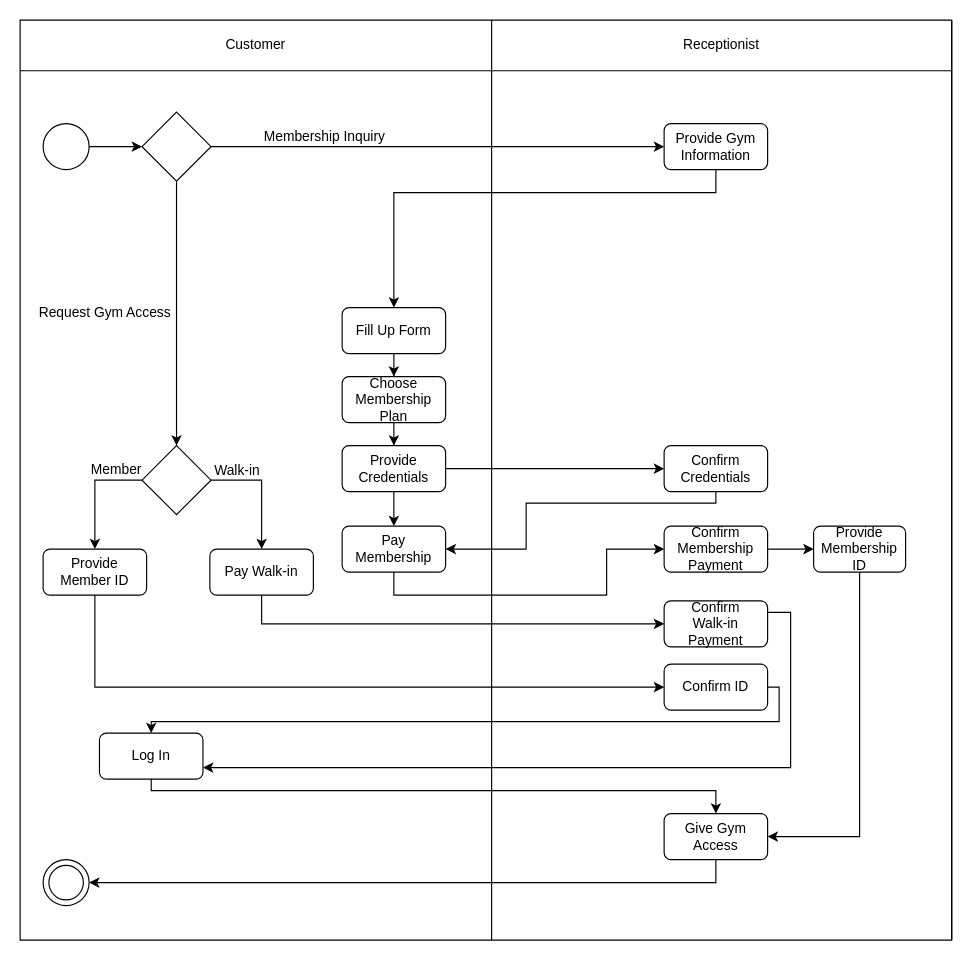
This is Untitled Diagram.drawio from NanaShakeCoder/RAM-Project, a draw.io file, before an edit. Source tidied: cells renumbered, new cells numbered last; positions are measured from the earlier drawing's top-left corner, leaving out a move shared by most shapes. Both pictures are drawn from the tidied source at 115%, with x=0, y=0 at pixel (20, 20).
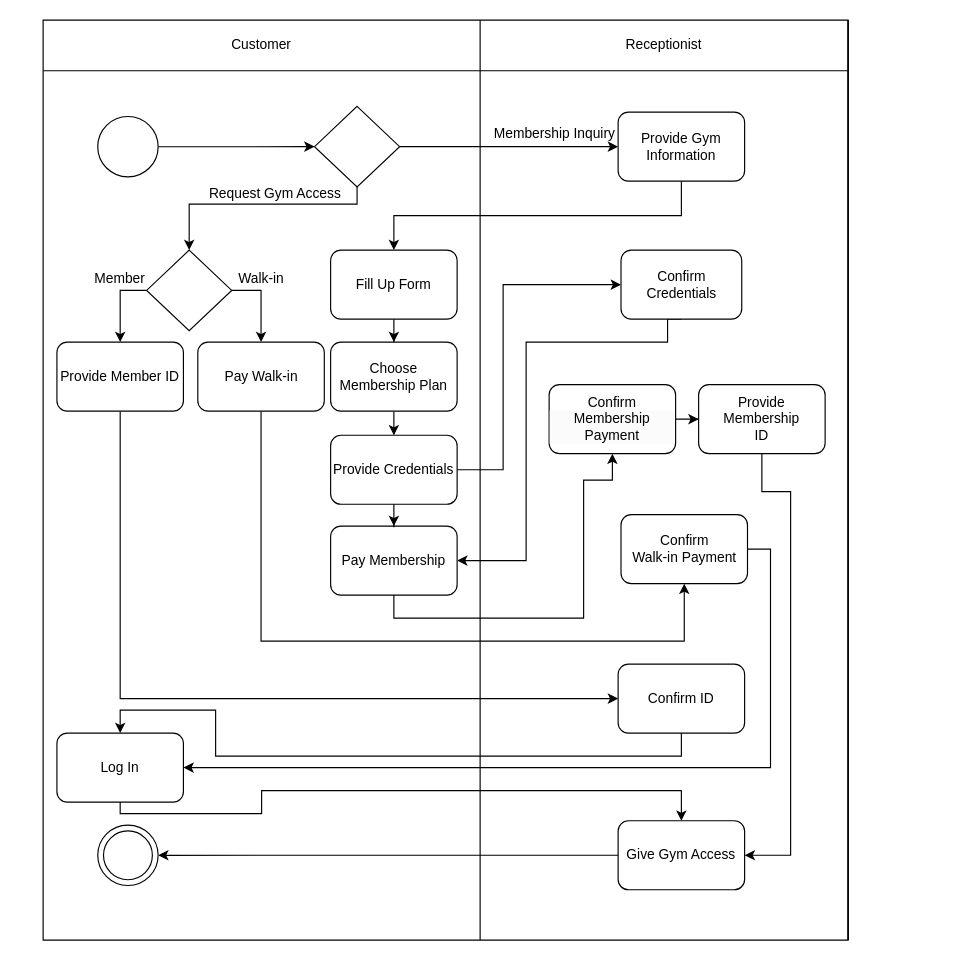
Above is the later version.

The edit, as a diff of the source:
```diff
@@
     <mxCell id="2" style="shape=table;startSize=0;childLayout=tableLayout;" parent="1" vertex="1">
-      <mxGeometry width="810" height="800" as="geometry" />
+      <mxGeometry x="20" width="700" height="800" as="geometry" />
     </mxCell>
     <mxCell id="3" style="shape=tableRow;horizontal=0;startSize=0;swimlaneHead=0;swimlaneBody=0;strokeColor=inherit;top=0;left=0;bottom=0;right=0;fillColor=none;" parent="2" vertex="1">
-      <mxGeometry width="810" height="44" as="geometry" />
+      <mxGeometry width="700" height="44" as="geometry" />
     </mxCell>
     <mxCell id="4" value="Customer" style="shape=partialRectangle;html=1;whiteSpace=wrap;strokeColor=inherit;overflow=hidden;fillColor=none;top=0;left=0;bottom=0;right=0;" parent="3" vertex="1">
-      <mxGeometry width="410" height="44" as="geometry" />
+      <mxGeometry width="380" height="44" as="geometry" />
     </mxCell>
     <mxCell id="5" value="Receptionist" style="shape=partialRectangle;html=1;whiteSpace=wrap;strokeColor=inherit;overflow=hidden;fillColor=none;top=0;left=0;bottom=0;right=0;" parent="3" vertex="1">
-      <mxGeometry x="410" width="400" height="44" as="geometry" />
+      <mxGeometry x="380" width="320" height="44" as="geometry" />
     </mxCell>
     <mxCell id="6" style="shape=tableRow;horizontal=0;startSize=0;swimlaneHead=0;swimlaneBody=0;strokeColor=inherit;top=0;left=0;bottom=0;right=0;fillColor=none;" parent="2" vertex="1">
-      <mxGeometry y="44" width="810" height="756" as="geometry" />
+      <mxGeometry y="44" width="700" height="756" as="geometry" />
     </mxCell>
     <mxCell id="7" style="shape=partialRectangle;html=1;whiteSpace=wrap;strokeColor=inherit;overflow=hidden;fillColor=none;top=0;left=0;bottom=0;right=0;" parent="6" vertex="1">
-      <mxGeometry width="410" height="756" as="geometry" />
+      <mxGeometry width="380" height="756" as="geometry" />
     </mxCell>
     <mxCell id="8" style="shape=partialRectangle;html=1;whiteSpace=wrap;strokeColor=inherit;overflow=hidden;fillColor=none;top=0;left=0;bottom=0;right=0;" parent="6" vertex="1">
-      <mxGeometry x="410" width="400" height="756" as="geometry" />
+      <mxGeometry x="380" width="320" height="756" as="geometry" />
     </mxCell>
     <mxCell id="9" style="whiteSpace=wrap;html=1;" parent="6" vertex="1">
-      <mxGeometry x="810" height="756" as="geometry" />
+      <mxGeometry x="700" height="756" as="geometry" />
     </mxCell>
@@
     <mxCell id="12" style="ellipse;whiteSpace=wrap;html=1;" parent="1" vertex="1">
-      <mxGeometry x="20" y="90" width="40" height="40" as="geometry" />
+      <mxGeometry x="67.5" y="83.8" width="52.5" height="52.5" as="geometry" />
     </mxCell>
-    <mxCell id="13" style="edgeStyle=orthogonalEdgeStyle;rounded=0;jettySize=auto;html=1;" parent="1" edge="1" source="15" target="33">
-      <mxGeometry relative="1" as="geometry">
-        <Array as="points">
-          <mxPoint x="65" y="400" />
-        </Array>
-      </mxGeometry>
-    </mxCell>
-    <mxCell id="14" style="edgeStyle=orthogonalEdgeStyle;rounded=0;jettySize=auto;html=1;exitX=1;exitY=0.5;exitDx=0;exitDy=0;" parent="1" edge="1" source="15" target="46">
-      <mxGeometry relative="1" as="geometry" />
-    </mxCell>
-    <mxCell id="15" style="rhombus;whiteSpace=wrap;html=1;" parent="1" vertex="1">
-      <mxGeometry x="106" y="370" width="60" height="60" as="geometry" />
-    </mxCell>
-    <mxCell id="16" style="edgeStyle=orthogonalEdgeStyle;rounded=0;jettySize=auto;html=1;exitX=0.5;exitY=1;exitDx=0;exitDy=0;entryX=1;entryY=0.5;entryDx=0;entryDy=0;" parent="1" edge="1" source="17" target="21">
-      <mxGeometry relative="1" as="geometry" />
-    </mxCell>
-    <mxCell id="17" value="Provide Membership&lt;div&gt;ID&lt;/div&gt;" style="rounded=1;whiteSpace=wrap;html=1;" parent="1" vertex="1">
-      <mxGeometry x="690" y="440" width="80" height="40" as="geometry" />
-    </mxCell>
-    <mxCell id="18" style="edgeStyle=orthogonalEdgeStyle;rounded=0;jettySize=auto;html=1;" parent="1" edge="1" source="19" target="17">
-      <mxGeometry relative="1" as="geometry" />
-    </mxCell>
-    <mxCell id="19" value="Confirm&lt;div&gt;Membership Payment&lt;/div&gt;" style="rounded=1;whiteSpace=wrap;html=1;" parent="1" vertex="1">
-      <mxGeometry x="560" y="440" width="90" height="40" as="geometry" />
-    </mxCell>
-    <mxCell id="20" style="edgeStyle=orthogonalEdgeStyle;rounded=0;jettySize=auto;html=1;exitX=0.5;exitY=1;exitDx=0;exitDy=0;" parent="1" edge="1" source="21">
-      <mxGeometry relative="1" as="geometry">
-        <mxPoint x="60" y="750" as="targetPoint" />
-        <Array as="points">
-          <mxPoint x="605" y="750" />
-        </Array>
-      </mxGeometry>
-    </mxCell>
-    <mxCell id="21" value="Give Gym Access" style="rounded=1;whiteSpace=wrap;html=1;" parent="1" vertex="1">
-      <mxGeometry x="560" y="690" width="90" height="40" as="geometry" />
-    </mxCell>
-    <mxCell id="22" style="group;" parent="1" vertex="1">
-      <mxGeometry x="20" y="730" width="40" height="40" as="geometry" />
-    </mxCell>
-    <mxCell id="23" style="ellipse;whiteSpace=wrap;html=1;" parent="22" vertex="1">
-      <mxGeometry width="40" height="40" as="geometry" />
-    </mxCell>
-    <mxCell id="24" style="ellipse;whiteSpace=wrap;html=1;" parent="22" vertex="1">
-      <mxGeometry x="5" y="5" width="30" height="30" as="geometry" />
-    </mxCell>
     <mxCell id="25" style="edgeStyle=orthogonalEdgeStyle;rounded=0;jettySize=auto;html=1;exitX=0.5;exitY=1;exitDx=0;exitDy=0;entryX=0.5;entryY=0;entryDx=0;entryDy=0;" parent="1" edge="1" source="26" target="35">
-      <mxGeometry relative="1" as="geometry">
-        <Array as="points">
-          <mxPoint x="605" y="150" />
-          <mxPoint x="325" y="150" />
-        </Array>
-      </mxGeometry>
+      <mxGeometry relative="1" as="geometry" />
     </mxCell>
     <mxCell id="26" value="Provide Gym Information" style="rounded=1;whiteSpace=wrap;html=1;" parent="1" vertex="1">
-      <mxGeometry x="560" y="90" width="90" height="40" as="geometry" />
+      <mxGeometry x="520" y="80" width="110" height="60" as="geometry" />
     </mxCell>
     <mxCell id="27" value="Walk-in" style="text;strokeColor=none;align=center;fillColor=none;html=1;verticalAlign=middle;whiteSpace=wrap;rounded=0;" parent="1" vertex="1">
-      <mxGeometry x="159" y="377" width="60" height="30" as="geometry" />
+      <mxGeometry x="179.5" y="210" width="60" height="30" as="geometry" />
     </mxCell>
     <mxCell id="28" value="Member" style="text;strokeColor=none;align=center;fillColor=none;html=1;verticalAlign=middle;whiteSpace=wrap;rounded=0;" parent="1" vertex="1">
-      <mxGeometry x="54" y="376" width="60" height="30" as="geometry" />
+      <mxGeometry x="57" y="210" width="60" height="30" as="geometry" />
     </mxCell>
@@
-    <mxCell id="30" style="edgeStyle=orthogonalEdgeStyle;rounded=0;jettySize=auto;html=1;" parent="1" edge="1" source="31" target="15">
-      <mxGeometry relative="1" as="geometry" />
-    </mxCell>
+    <mxCell id="56" style="edgeStyle=orthogonalEdgeStyle;rounded=0;jettySize=auto;html=1;exitX=0.5;exitY=1;exitDx=0;exitDy=0;entryX=0.5;entryY=0;entryDx=0;entryDy=0;" parent="1" edge="1" source="31" target="59">
+      <mxGeometry relative="1" as="geometry">
+        <Array as="points">
+          <mxPoint x="293" y="160" />
+          <mxPoint x="147" y="160" />
+        </Array>
+      </mxGeometry>
+    </mxCell>
     <mxCell id="31" style="rhombus;whiteSpace=wrap;html=1;" parent="1" vertex="1">
-      <mxGeometry x="106" y="80" width="60" height="60" as="geometry" />
+      <mxGeometry x="256" y="75" width="74" height="70" as="geometry" />
     </mxCell>
-    <mxCell id="32" style="edgeStyle=orthogonalEdgeStyle;rounded=0;jettySize=auto;html=1;exitX=0.5;exitY=1;exitDx=0;exitDy=0;entryX=0;entryY=0.5;entryDx=0;entryDy=0;" parent="1" edge="1" source="33" target="37">
-      <mxGeometry relative="1" as="geometry" />
-    </mxCell>
-    <mxCell id="33" value="Provide Member ID" style="rounded=1;whiteSpace=wrap;html=1;" parent="1" vertex="1">
-      <mxGeometry x="20" y="460" width="90" height="40" as="geometry" />
-    </mxCell>
+    <mxCell id="40" value="Request Gym Access" style="text;strokeColor=none;align=center;fillColor=none;html=1;verticalAlign=middle;whiteSpace=wrap;rounded=0;" parent="1" vertex="1">
+      <mxGeometry x="156.5" y="136.2" width="130" height="30" as="geometry" />
+    </mxCell>
+    <mxCell id="47" style="edgeStyle=orthogonalEdgeStyle;rounded=0;jettySize=auto;html=1;exitX=0.5;exitY=1;exitDx=0;exitDy=0;entryX=1;entryY=0.5;entryDx=0;entryDy=0;" parent="1" edge="1" source="48" target="42">
+      <mxGeometry relative="1" as="geometry">
+        <Array as="points">
+          <mxPoint x="563" y="260" />
+          <mxPoint x="563" y="280" />
+          <mxPoint x="440" y="280" />
+          <mxPoint x="440" y="470" />
+        </Array>
+      </mxGeometry>
+    </mxCell>
+    <mxCell id="48" value="Confirm Credentials" style="rounded=1;whiteSpace=wrap;html=1;" parent="1" vertex="1">
+      <mxGeometry x="522.5" y="200" width="105" height="60" as="geometry" />
+    </mxCell>
+    <mxCell id="52" value="Membership Inquiry" style="text;strokeColor=none;align=center;fillColor=none;html=1;verticalAlign=middle;whiteSpace=wrap;rounded=0;" parent="1" vertex="1">
+      <mxGeometry x="400" y="83.8" width="130" height="30" as="geometry" />
+    </mxCell>
+    <mxCell id="55" style="edgeStyle=orthogonalEdgeStyle;rounded=0;orthogonalLoop=1;jettySize=auto;html=1;exitX=0.5;exitY=1;exitDx=0;exitDy=0;" parent="1" edge="1">
+      <mxGeometry relative="1" as="geometry">
+        <mxPoint x="605" y="480" as="sourcePoint" />
+        <mxPoint x="605" y="480" as="targetPoint" />
+      </mxGeometry>
+    </mxCell>
@@
     <mxCell id="35" value="Fill Up Form" style="rounded=1;whiteSpace=wrap;html=1;" parent="1" vertex="1">
-      <mxGeometry x="280" y="250" width="90" height="40" as="geometry" />
+      <mxGeometry x="270" y="200" width="110" height="60" as="geometry" />
     </mxCell>
-    <mxCell id="36" style="edgeStyle=orthogonalEdgeStyle;rounded=0;jettySize=auto;html=1;exitX=1;exitY=0.5;exitDx=0;exitDy=0;entryX=0.5;entryY=0;entryDx=0;entryDy=0;" parent="1" edge="1" source="37" target="39">
-      <mxGeometry relative="1" as="geometry">
-        <Array as="points">
-          <mxPoint x="660" y="580" />
-          <mxPoint x="660" y="610" />
-          <mxPoint x="114" y="610" />
-        </Array>
-      </mxGeometry>
-    </mxCell>
-    <mxCell id="37" value="Confirm ID" style="rounded=1;whiteSpace=wrap;html=1;" parent="1" vertex="1">
-      <mxGeometry x="560" y="560" width="90" height="40" as="geometry" />
-    </mxCell>
-    <mxCell id="38" style="edgeStyle=orthogonalEdgeStyle;rounded=0;jettySize=auto;html=1;exitX=0.5;exitY=1;exitDx=0;exitDy=0;entryX=0.5;entryY=0;entryDx=0;entryDy=0;" parent="1" edge="1" source="39" target="21">
-      <mxGeometry relative="1" as="geometry">
-        <Array as="points">
-          <mxPoint x="114" y="670" />
-          <mxPoint x="605" y="670" />
-        </Array>
-      </mxGeometry>
-    </mxCell>
-    <mxCell id="39" value="Log In" style="rounded=1;whiteSpace=wrap;html=1;" parent="1" vertex="1">
-      <mxGeometry x="69" y="620" width="90" height="40" as="geometry" />
-    </mxCell>
-    <mxCell id="40" value="Request Gym Access" style="text;strokeColor=none;align=center;fillColor=none;html=1;verticalAlign=middle;whiteSpace=wrap;rounded=0;" parent="1" vertex="1">
-      <mxGeometry x="9" y="240" width="130" height="30" as="geometry" />
-    </mxCell>
+    <mxCell id="43" style="edgeStyle=orthogonalEdgeStyle;rounded=0;jettySize=auto;html=1;" parent="1" edge="1" source="44" target="51">
+      <mxGeometry relative="1" as="geometry" />
+    </mxCell>
+    <mxCell id="44" value="Choose Membership Plan" style="rounded=1;whiteSpace=wrap;html=1;" parent="1" vertex="1">
+      <mxGeometry x="270" y="280" width="110" height="60" as="geometry" />
+    </mxCell>
-    <mxCell id="41" style="edgeStyle=orthogonalEdgeStyle;rounded=0;jettySize=auto;html=1;exitX=0.5;exitY=1;exitDx=0;exitDy=0;" parent="1" edge="1" source="42" target="19">
+    <mxCell id="41" style="edgeStyle=orthogonalEdgeStyle;rounded=0;jettySize=auto;html=1;exitX=0.5;exitY=1;exitDx=0;exitDy=0;entryX=0.5;entryY=1;entryDx=0;entryDy=0;" parent="1" edge="1" source="42" target="19">
       <mxGeometry relative="1" as="geometry">
         <Array as="points">
-          <mxPoint x="325" y="500" />
-          <mxPoint x="510" y="500" />
-          <mxPoint x="510" y="460" />
+          <mxPoint x="325" y="520" />
+          <mxPoint x="490" y="520" />
+          <mxPoint x="490" y="400" />
+          <mxPoint x="515" y="400" />
         </Array>
       </mxGeometry>
     </mxCell>
     <mxCell id="42" value="Pay Membership" style="rounded=1;whiteSpace=wrap;html=1;" parent="1" vertex="1">
-      <mxGeometry x="280" y="440" width="90" height="40" as="geometry" />
+      <mxGeometry x="270" y="440" width="110" height="60" as="geometry" />
     </mxCell>
-    <mxCell id="43" style="edgeStyle=orthogonalEdgeStyle;rounded=0;jettySize=auto;html=1;" parent="1" edge="1" source="44" target="51">
-      <mxGeometry relative="1" as="geometry" />
-    </mxCell>
-    <mxCell id="44" value="Choose Membership Plan" style="rounded=1;whiteSpace=wrap;html=1;" parent="1" vertex="1">
-      <mxGeometry x="280" y="310" width="90" height="40" as="geometry" />
-    </mxCell>
-    <mxCell id="45" style="edgeStyle=orthogonalEdgeStyle;rounded=0;jettySize=auto;html=1;exitX=0.5;exitY=1;exitDx=0;exitDy=0;entryX=0;entryY=0.5;entryDx=0;entryDy=0;" parent="1" edge="1" source="46" target="54">
-      <mxGeometry relative="1" as="geometry" />
-    </mxCell>
-    <mxCell id="46" value="Pay Walk-in" style="rounded=1;whiteSpace=wrap;html=1;" parent="1" vertex="1">
-      <mxGeometry x="165" y="460" width="90" height="40" as="geometry" />
-    </mxCell>
-    <mxCell id="47" style="edgeStyle=orthogonalEdgeStyle;rounded=0;jettySize=auto;html=1;exitX=0.5;exitY=1;exitDx=0;exitDy=0;entryX=1;entryY=0.5;entryDx=0;entryDy=0;" parent="1" edge="1" source="48" target="42">
-      <mxGeometry relative="1" as="geometry">
-        <Array as="points">
-          <mxPoint x="605" y="420" />
-          <mxPoint x="440" y="420" />
-          <mxPoint x="440" y="460" />
-        </Array>
-      </mxGeometry>
-    </mxCell>
-    <mxCell id="48" value="Confirm Credentials" style="rounded=1;whiteSpace=wrap;html=1;" parent="1" vertex="1">
-      <mxGeometry x="560" y="370" width="90" height="40" as="geometry" />
-    </mxCell>
-    <mxCell id="49" style="edgeStyle=orthogonalEdgeStyle;rounded=0;jettySize=auto;html=1;" parent="1" edge="1" source="51" target="48">
-      <mxGeometry relative="1" as="geometry" />
+    <mxCell id="49" style="edgeStyle=orthogonalEdgeStyle;rounded=0;jettySize=auto;html=1;exitX=1;exitY=0.5;exitDx=0;exitDy=0;entryX=0;entryY=0.5;entryDx=0;entryDy=0;" parent="1" edge="1" source="51" target="48">
+      <mxGeometry relative="1" as="geometry">
+        <Array as="points">
+          <mxPoint x="420" y="391" />
+          <mxPoint x="420" y="230" />
+        </Array>
+      </mxGeometry>
     </mxCell>
@@
     <mxCell id="51" value="Provide Credentials" style="rounded=1;whiteSpace=wrap;html=1;" parent="1" vertex="1">
-      <mxGeometry x="280" y="370" width="90" height="40" as="geometry" />
+      <mxGeometry x="270" y="361" width="110" height="60" as="geometry" />
     </mxCell>
-    <mxCell id="52" value="Membership Inquiry" style="text;strokeColor=none;align=center;fillColor=none;html=1;verticalAlign=middle;whiteSpace=wrap;rounded=0;" parent="1" vertex="1">
-      <mxGeometry x="200" y="87" width="130" height="30" as="geometry" />
-    </mxCell>
-    <mxCell id="53" style="edgeStyle=orthogonalEdgeStyle;rounded=0;jettySize=auto;html=1;exitX=1;exitY=0.25;exitDx=0;exitDy=0;" parent="1" edge="1" source="54">
-      <mxGeometry relative="1" as="geometry">
-        <mxPoint x="159" y="650" as="targetPoint" />
-        <Array as="points">
-          <mxPoint x="670" y="515" />
-          <mxPoint x="670" y="650" />
-        </Array>
-      </mxGeometry>
-    </mxCell>
+    <mxCell id="18" style="edgeStyle=orthogonalEdgeStyle;rounded=0;jettySize=auto;html=1;" parent="1" edge="1" source="19" target="17">
+      <mxGeometry relative="1" as="geometry" />
+    </mxCell>
+    <mxCell id="19" value="&lt;span style=&quot;color: rgb(0, 0, 0); font-family: Helvetica; font-size: 12px; font-style: normal; font-variant-ligatures: normal; font-variant-caps: normal; font-weight: 400; letter-spacing: normal; orphans: 2; text-align: center; text-indent: 0px; text-transform: none; widows: 2; word-spacing: 0px; -webkit-text-stroke-width: 0px; white-space: normal; background-color: rgb(251, 251, 251); text-decoration-thickness: initial; text-decoration-style: initial; text-decoration-color: initial; display: inline !important; float: none;&quot;&gt;Confirm&lt;/span&gt;&lt;div style=&quot;forced-color-adjust: none; color: rgb(0, 0, 0); font-family: Helvetica; font-size: 12px; font-style: normal; font-variant-ligatures: normal; font-variant-caps: normal; font-weight: 400; letter-spacing: normal; orphans: 2; text-align: center; text-indent: 0px; text-transform: none; widows: 2; word-spacing: 0px; -webkit-text-stroke-width: 0px; white-space: normal; background-color: rgb(251, 251, 251); text-decoration-thickness: initial; text-decoration-style: initial; text-decoration-color: initial;&quot;&gt;Membership Payment&lt;/div&gt;" style="rounded=1;whiteSpace=wrap;html=1;" parent="1" vertex="1">
+      <mxGeometry x="460" y="317" width="110" height="60" as="geometry" />
+    </mxCell>
+    <mxCell id="16" style="edgeStyle=orthogonalEdgeStyle;rounded=0;jettySize=auto;html=1;exitX=0.5;exitY=1;exitDx=0;exitDy=0;entryX=1;entryY=0.5;entryDx=0;entryDy=0;" parent="1" edge="1" source="17" target="21">
+      <mxGeometry relative="1" as="geometry">
+        <Array as="points">
+          <mxPoint x="645" y="410" />
+          <mxPoint x="670" y="410" />
+          <mxPoint x="670" y="726" />
+        </Array>
+      </mxGeometry>
+    </mxCell>
+    <mxCell id="17" value="Provide Membership&lt;div&gt;ID&lt;/div&gt;" style="rounded=1;whiteSpace=wrap;html=1;" parent="1" vertex="1">
+      <mxGeometry x="590" y="317" width="110" height="60" as="geometry" />
+    </mxCell>
+    <mxCell id="57" style="edgeStyle=orthogonalEdgeStyle;rounded=0;jettySize=auto;html=1;exitX=0;exitY=0.5;exitDx=0;exitDy=0;entryX=0.5;entryY=0;entryDx=0;entryDy=0;" parent="1" edge="1" source="59" target="33">
+      <mxGeometry relative="1" as="geometry" />
+    </mxCell>
+    <mxCell id="58" style="edgeStyle=orthogonalEdgeStyle;rounded=0;jettySize=auto;html=1;exitX=1;exitY=0.5;exitDx=0;exitDy=0;" parent="1" edge="1" source="59" target="46">
+      <mxGeometry relative="1" as="geometry" />
+    </mxCell>
+    <mxCell id="59" style="rhombus;whiteSpace=wrap;html=1;" parent="1" vertex="1">
+      <mxGeometry x="110" y="200" width="74" height="70" as="geometry" />
+    </mxCell>
+    <mxCell id="38" style="edgeStyle=orthogonalEdgeStyle;rounded=0;jettySize=auto;html=1;exitX=0.5;exitY=1;exitDx=0;exitDy=0;entryX=0.5;entryY=0;entryDx=0;entryDy=0;" parent="1" edge="1" source="39" target="21">
+      <mxGeometry relative="1" as="geometry">
+        <Array as="points">
+          <mxPoint x="87" y="690" />
+          <mxPoint x="210" y="690" />
+          <mxPoint x="210" y="670" />
+          <mxPoint x="575" y="670" />
+        </Array>
+      </mxGeometry>
+    </mxCell>
+    <mxCell id="39" value="Log In" style="rounded=1;whiteSpace=wrap;html=1;" parent="1" vertex="1">
+      <mxGeometry x="32" y="620" width="110" height="60" as="geometry" />
+    </mxCell>
+    <mxCell id="36" style="edgeStyle=orthogonalEdgeStyle;rounded=0;jettySize=auto;html=1;exitX=0.5;exitY=1;exitDx=0;exitDy=0;entryX=0.5;entryY=0;entryDx=0;entryDy=0;" parent="1" edge="1" source="37" target="39">
+      <mxGeometry relative="1" as="geometry">
+        <Array as="points">
+          <mxPoint x="575" y="640" />
+          <mxPoint x="170" y="640" />
+          <mxPoint x="170" y="600" />
+          <mxPoint x="87" y="600" />
+        </Array>
+      </mxGeometry>
+    </mxCell>
+    <mxCell id="37" value="Confirm ID" style="rounded=1;whiteSpace=wrap;html=1;" parent="1" vertex="1">
+      <mxGeometry x="520" y="560" width="110" height="60" as="geometry" />
+    </mxCell>
+    <mxCell id="60" style="edgeStyle=orthogonalEdgeStyle;rounded=0;jettySize=auto;html=1;exitX=1;exitY=0.5;exitDx=0;exitDy=0;entryX=1;entryY=0.5;entryDx=0;entryDy=0;" parent="1" edge="1" source="54" target="39">
+      <mxGeometry relative="1" as="geometry" />
+    </mxCell>
     <mxCell id="54" value="Confirm&lt;div&gt;Walk-in Payment&lt;/div&gt;" style="rounded=1;whiteSpace=wrap;html=1;" parent="1" vertex="1">
-      <mxGeometry x="560" y="505" width="90" height="40" as="geometry" />
+      <mxGeometry x="522.5" y="430" width="110" height="60" as="geometry" />
     </mxCell>
-    <mxCell id="55" style="edgeStyle=orthogonalEdgeStyle;rounded=0;orthogonalLoop=1;jettySize=auto;html=1;exitX=0.5;exitY=1;exitDx=0;exitDy=0;" parent="1" edge="1" source="19" target="19">
-      <mxGeometry relative="1" as="geometry" />
-    </mxCell>
+    <mxCell id="32" style="edgeStyle=orthogonalEdgeStyle;rounded=0;jettySize=auto;html=1;exitX=0.5;exitY=1;exitDx=0;exitDy=0;entryX=0;entryY=0.5;entryDx=0;entryDy=0;" parent="1" edge="1" source="33" target="37">
+      <mxGeometry relative="1" as="geometry" />
+    </mxCell>
+    <mxCell id="33" value="Provide Member ID" style="rounded=1;whiteSpace=wrap;html=1;" parent="1" vertex="1">
+      <mxGeometry x="32" y="280" width="110" height="60" as="geometry" />
+    </mxCell>
+    <mxCell id="45" style="edgeStyle=orthogonalEdgeStyle;rounded=0;jettySize=auto;html=1;exitX=0.5;exitY=1;exitDx=0;exitDy=0;entryX=0.5;entryY=1;entryDx=0;entryDy=0;" parent="1" edge="1" source="46" target="54">
+      <mxGeometry relative="1" as="geometry">
+        <Array as="points">
+          <mxPoint x="210" y="540" />
+          <mxPoint x="578" y="540" />
+        </Array>
+      </mxGeometry>
+    </mxCell>
+    <mxCell id="46" value="Pay Walk-in" style="rounded=1;whiteSpace=wrap;html=1;" parent="1" vertex="1">
+      <mxGeometry x="154.5" y="280" width="110" height="60" as="geometry" />
+    </mxCell>
+    <mxCell id="61" style="edgeStyle=orthogonalEdgeStyle;rounded=0;jettySize=auto;html=1;exitX=0;exitY=0.5;exitDx=0;exitDy=0;entryX=1;entryY=0.5;entryDx=0;entryDy=0;" parent="1" edge="1" source="21" target="62">
+      <mxGeometry relative="1" as="geometry" />
+    </mxCell>
+    <mxCell id="21" value="Give Gym Access" style="rounded=1;whiteSpace=wrap;html=1;" parent="1" vertex="1">
+      <mxGeometry x="520" y="696.2" width="110" height="60" as="geometry" />
+    </mxCell>
+    <mxCell id="62" style="ellipse;whiteSpace=wrap;html=1;" parent="1" vertex="1">
+      <mxGeometry x="67.5" y="700" width="52.5" height="52.5" as="geometry" />
+    </mxCell>
+    <mxCell id="63" style="ellipse;whiteSpace=wrap;html=1;" parent="1" vertex="1">
+      <mxGeometry x="72.5" y="705" width="42.5" height="42.5" as="geometry" />
+    </mxCell>
```
